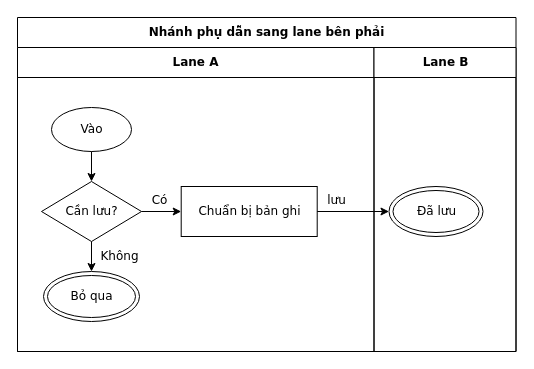
The draw.io diagram conformance/golden/optimize/cases-09-branch-drift-right.drawio in luytbq/flowcast, before the edit. Source tidied: cells renumbered, new cells numbered last; positions are measured from the earlier drawing's top-left corner, leaving out a move shared by most shapes. Both pictures are drawn from the tidied source at 100%, with x=0, y=0 at pixel (17, 17).
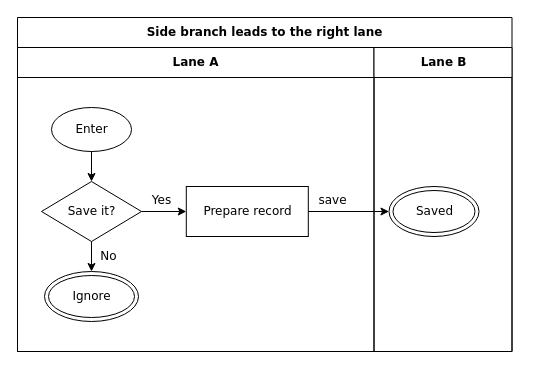
Above is the later version.

Change to the diagram source:
```diff
@@
 <mxGraphModel>
   <root>
     <mxCell id="0" />
     <mxCell id="1" parent="0" />
-    <mxCell id="2" value="Nhánh phụ dẫn sang lane bên phải" style="swimlane;html=1;startSize=30;fontStyle=1;fontFamily=Verdana;fontSize=12;flowtable=1;" parent="1" vertex="1">
-      <mxGeometry width="498.5" height="334" as="geometry" />
+    <mxCell id="2" value="Side branch leads to the right lane" style="swimlane;html=1;startSize=30;fontStyle=1;fontFamily=Verdana;fontSize=12;flowtable=1;" parent="1" vertex="1">
+      <mxGeometry width="494.5" height="334" as="geometry" />
     </mxCell>
     <mxCell id="3" value="Lane A" style="swimlane;html=1;startSize=30;fontFamily=Verdana;fontSize=12;flowtable=1;" parent="2" vertex="1">
       <mxGeometry y="30" width="356.5" height="304" as="geometry" />
     </mxCell>
     <mxCell id="4" value="Lane B" style="swimlane;html=1;startSize=30;fontFamily=Verdana;fontSize=12;flowtable=1;" parent="2" vertex="1">
-      <mxGeometry x="356.5" y="30" width="142" height="304" as="geometry" />
+      <mxGeometry x="356.5" y="30" width="138" height="304" as="geometry" />
     </mxCell>
-    <mxCell id="5" value="Vào" style="ellipse;html=1;fontFamily=Verdana;fontSize=12;flowtable=1;" parent="3" vertex="1">
+    <mxCell id="5" value="Enter" style="ellipse;html=1;fontFamily=Verdana;fontSize=12;flowtable=1;" parent="3" vertex="1">
       <mxGeometry x="34" y="60" width="80" height="44" as="geometry" />
     </mxCell>
-    <mxCell id="6" value="Cần lưu?" style="rhombus;html=1;fontFamily=Verdana;fontSize=12;flowtable=1;" parent="3" vertex="1">
+    <mxCell id="6" value="Save it?" style="rhombus;html=1;fontFamily=Verdana;fontSize=12;flowtable=1;" parent="3" vertex="1">
       <mxGeometry x="24" y="134" width="100" height="60" as="geometry" />
     </mxCell>
-    <mxCell id="7" value="Chuẩn bị bản ghi" style="rounded=0;html=1;fontFamily=Verdana;fontSize=12;flowtable=1;" parent="3" vertex="1">
-      <mxGeometry x="163.7" y="139" width="136" height="50" as="geometry" />
+    <mxCell id="7" value="Prepare record" style="rounded=0;html=1;fontFamily=Verdana;fontSize=12;flowtable=1;" parent="3" vertex="1">
+      <mxGeometry x="168.8" y="139" width="122" height="50" as="geometry" />
     </mxCell>
-    <mxCell id="8" value="Đã lưu" style="shape=doubleEllipse;html=1;fontFamily=Verdana;fontSize=12;flowtable=1;" parent="4" vertex="1">
-      <mxGeometry x="15" y="139" width="94" height="50" as="geometry" />
+    <mxCell id="8" value="Saved" style="shape=doubleEllipse;html=1;fontFamily=Verdana;fontSize=12;flowtable=1;" parent="4" vertex="1">
+      <mxGeometry x="15" y="139" width="90" height="50" as="geometry" />
     </mxCell>
-    <mxCell id="9" value="Bỏ qua" style="shape=doubleEllipse;html=1;fontFamily=Verdana;fontSize=12;flowtable=1;" parent="3" vertex="1">
-      <mxGeometry x="26" y="224" width="96" height="50" as="geometry" />
+    <mxCell id="9" value="Ignore" style="shape=doubleEllipse;html=1;fontFamily=Verdana;fontSize=12;flowtable=1;" parent="3" vertex="1">
+      <mxGeometry x="27" y="224" width="94" height="50" as="geometry" />
     </mxCell>
     <mxCell id="10" style="edgeStyle=orthogonalEdgeStyle;rounded=0;jettySize=auto;html=1;labelBackgroundColor=default;exitX=0.5;exitY=1;exitDx=0;exitDy=0;entryX=0.5;entryY=0;entryDx=0;entryDy=0;fontFamily=Verdana;fontSize=12;flowtable=1;" parent="2" edge="1" source="5" target="6">
       <mxGeometry relative="1" as="geometry" />
     </mxCell>
-    <mxCell id="11" value="Có" style="edgeStyle=orthogonalEdgeStyle;rounded=0;jettySize=auto;html=1;labelBackgroundColor=default;exitX=1;exitY=0.5;exitDx=0;exitDy=0;entryX=0;entryY=0.5;entryDx=0;entryDy=0;fontFamily=Verdana;fontSize=12;flowtable=1;" parent="2" edge="1" source="6" target="7">
-      <mxGeometry x="-0.1" relative="1" as="geometry">
+    <mxCell id="11" value="Yes" style="edgeStyle=orthogonalEdgeStyle;rounded=0;jettySize=auto;html=1;labelBackgroundColor=default;exitX=1;exitY=0.5;exitDx=0;exitDy=0;entryX=0;entryY=0.5;entryDx=0;entryDy=0;fontFamily=Verdana;fontSize=12;flowtable=1;" parent="2" edge="1" source="6" target="7">
+      <mxGeometry x="-0.09" relative="1" as="geometry">
         <mxPoint y="-11.5" as="offset" />
       </mxGeometry>
     </mxCell>
-    <mxCell id="12" value="Không" style="edgeStyle=orthogonalEdgeStyle;rounded=0;jettySize=auto;html=1;labelBackgroundColor=default;exitX=0.5;exitY=1;exitDx=0;exitDy=0;entryX=0.5;entryY=0;entryDx=0;entryDy=0;fontFamily=Verdana;fontSize=12;flowtable=1;" parent="2" edge="1" source="6" target="9">
+    <mxCell id="12" value="No" style="edgeStyle=orthogonalEdgeStyle;rounded=0;jettySize=auto;html=1;labelBackgroundColor=default;exitX=0.5;exitY=1;exitDx=0;exitDy=0;entryX=0.5;entryY=0;entryDx=0;entryDy=0;fontFamily=Verdana;fontSize=12;flowtable=1;" parent="2" edge="1" source="6" target="9">
       <mxGeometry x="-0.03" relative="1" as="geometry">
-        <mxPoint x="28.1" as="offset" />
+        <mxPoint x="17.1" as="offset" />
       </mxGeometry>
     </mxCell>
-    <mxCell id="13" value="lưu" style="edgeStyle=orthogonalEdgeStyle;rounded=0;jettySize=auto;html=1;labelBackgroundColor=default;exitX=1;exitY=0.5;exitDx=0;exitDy=0;entryX=0;entryY=0.5;entryDx=0;entryDy=0;fontFamily=Verdana;fontSize=12;flowtable=1;" parent="2" edge="1" source="7" target="8">
-      <mxGeometry x="-0.46" relative="1" as="geometry">
+    <mxCell id="13" value="save" style="edgeStyle=orthogonalEdgeStyle;rounded=0;jettySize=auto;html=1;labelBackgroundColor=default;exitX=1;exitY=0.5;exitDx=0;exitDy=0;entryX=0;entryY=0.5;entryDx=0;entryDy=0;fontFamily=Verdana;fontSize=12;flowtable=1;" parent="2" edge="1" source="7" target="8">
+      <mxGeometry x="-0.41" relative="1" as="geometry">
         <mxPoint y="-11.5" as="offset" />
       </mxGeometry>
     </mxCell>
   </root>
 </mxGraphModel>
```
